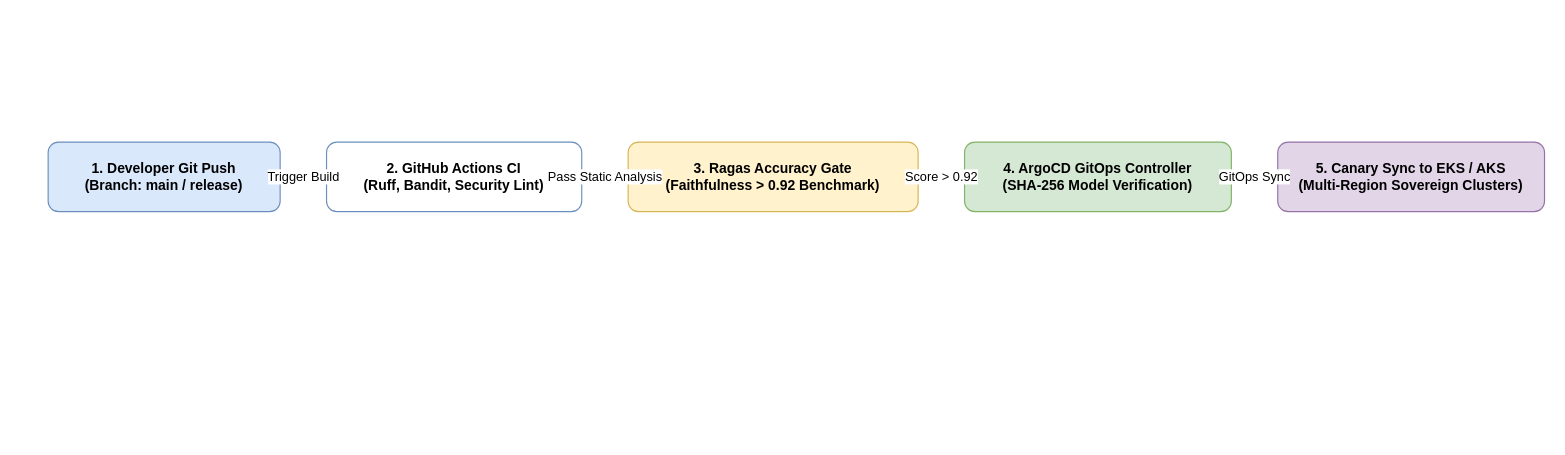
Earlier version of the draw.io diagram page "5. MLOps CI/CD Pipeline View" (5 of 10) of designs/multi-region-banking-ai-platform/multi_region_banking_ai.drawio (ersansingh/ai-solution-architecture). Source tidied: cells renumbered, new cells numbered last; positions are measured from the earlier drawing's top-left corner, leaving out a move shared by most shapes. Both pictures are drawn from the tidied source at 116%, with x=0, y=0 at pixel (48, 142).
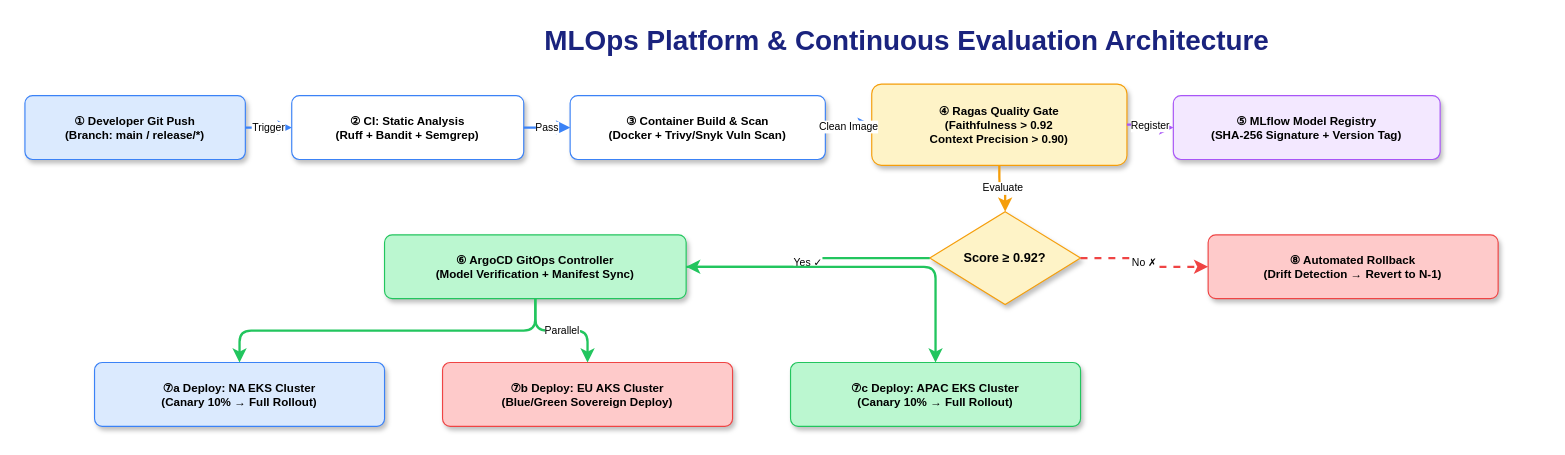
The same page after the edit.

Diff of the diagram source:
```diff
@@
-    <mxCell id="2" value="1. Developer Git Push&#10;(Branch: main / release)" style="rounded=1;whiteSpace=wrap;html=1;fillColor=#dae8fc;strokeColor=#6c8ebf;fontStyle=1;" parent="1" vertex="1">
-      <mxGeometry width="200" height="60" as="geometry" />
-    </mxCell>
-    <mxCell id="3" value="2. GitHub Actions CI&#10;(Ruff, Bandit, Security Lint)" style="rounded=1;whiteSpace=wrap;html=1;fillColor=#ffffff;strokeColor=#6c8ebf;fontStyle=1;" parent="1" vertex="1">
-      <mxGeometry x="240" width="220" height="60" as="geometry" />
-    </mxCell>
-    <mxCell id="4" value="3. Ragas Accuracy Gate&#10;(Faithfulness &gt; 0.92 Benchmark)" style="rounded=1;whiteSpace=wrap;html=1;fillColor=#fff2cc;strokeColor=#d6b656;fontStyle=1;" parent="1" vertex="1">
-      <mxGeometry x="500" width="250" height="60" as="geometry" />
-    </mxCell>
-    <mxCell id="5" value="4. ArgoCD GitOps Controller&#10;(SHA-256 Model Verification)" style="rounded=1;whiteSpace=wrap;html=1;fillColor=#d5e8d4;strokeColor=#82b366;fontStyle=1;" parent="1" vertex="1">
-      <mxGeometry x="790" width="230" height="60" as="geometry" />
-    </mxCell>
-    <mxCell id="6" value="5. Canary Sync to EKS / AKS&#10;(Multi-Region Sovereign Clusters)" style="rounded=1;whiteSpace=wrap;html=1;fillColor=#e1d5e7;strokeColor=#9673a6;fontStyle=1;" parent="1" vertex="1">
-      <mxGeometry x="1060" width="230" height="60" as="geometry" />
-    </mxCell>
-    <mxCell id="7" value="Trigger Build" style="edgeStyle=orthogonalEdgeStyle;rounded=1;orthoLoop=1;jettySize=auto;html=1;strokeColor=#6c8ebf;strokeWidth=2;" parent="1" edge="1" source="2" target="3">
-      <mxGeometry relative="1" as="geometry" />
-    </mxCell>
-    <mxCell id="8" value="Pass Static Analysis" style="edgeStyle=orthogonalEdgeStyle;rounded=1;orthoLoop=1;jettySize=auto;html=1;strokeColor=#6c8ebf;strokeWidth=2;" parent="1" edge="1" source="3" target="4">
-      <mxGeometry relative="1" as="geometry" />
-    </mxCell>
-    <mxCell id="9" value="Score &gt; 0.92" style="edgeStyle=orthogonalEdgeStyle;rounded=1;orthoLoop=1;jettySize=auto;html=1;strokeColor=#d6b656;strokeWidth=2;" parent="1" edge="1" source="4" target="5">
-      <mxGeometry relative="1" as="geometry" />
-    </mxCell>
-    <mxCell id="10" value="GitOps Sync" style="edgeStyle=orthogonalEdgeStyle;rounded=1;orthoLoop=1;jettySize=auto;html=1;strokeColor=#82b366;strokeWidth=2;" parent="1" edge="1" source="5" target="6">
-      <mxGeometry relative="1" as="geometry" />
-    </mxCell>
+    <mxCell id="11" value="MLOps Platform &amp; Continuous Evaluation Architecture" style="text;html=1;fontSize=24;fontStyle=1;align=center;verticalAlign=middle;fillColor=none;strokeColor=none;fontColor=#1a237e;" parent="1" vertex="1">
+      <mxGeometry x="190" y="-105" width="1100" height="35" as="geometry" />
+    </mxCell>
+    <mxCell id="12" value="① Developer Git Push&#10;(Branch: main / release/*)" style="rounded=1;whiteSpace=wrap;html=1;fillColor=#dbeafe;strokeColor=#3b82f6;fontStyle=1;fontSize=10;shadow=1;arcSize=12;" parent="1" vertex="1">
+      <mxGeometry x="-20" y="-40" width="190" height="55" as="geometry" />
+    </mxCell>
+    <mxCell id="13" value="② CI: Static Analysis&#10;(Ruff + Bandit + Semgrep)" style="rounded=1;whiteSpace=wrap;html=1;fillColor=#ffffff;strokeColor=#3b82f6;fontStyle=1;fontSize=10;shadow=1;arcSize=12;" parent="1" vertex="1">
+      <mxGeometry x="210" y="-40" width="200" height="55" as="geometry" />
+    </mxCell>
+    <mxCell id="14" value="③ Container Build &amp; Scan&#10;(Docker + Trivy/Snyk Vuln Scan)" style="rounded=1;whiteSpace=wrap;html=1;fillColor=#ffffff;strokeColor=#3b82f6;fontStyle=1;fontSize=10;shadow=1;arcSize=12;" parent="1" vertex="1">
+      <mxGeometry x="450" y="-40" width="220" height="55" as="geometry" />
+    </mxCell>
+    <mxCell id="15" value="④ Ragas Quality Gate&#10;(Faithfulness &gt; 0.92&#10;Context Precision &gt; 0.90)" style="rounded=1;whiteSpace=wrap;html=1;fillColor=#fef3c7;strokeColor=#f59e0b;fontStyle=1;fontSize=10;shadow=1;arcSize=12;" parent="1" vertex="1">
+      <mxGeometry x="710" y="-50" width="220" height="70" as="geometry" />
+    </mxCell>
+    <mxCell id="16" value="⑤ MLflow Model Registry&#10;(SHA-256 Signature + Version Tag)" style="rounded=1;whiteSpace=wrap;html=1;fillColor=#f3e8ff;strokeColor=#a855f7;fontStyle=1;fontSize=10;shadow=1;arcSize=12;" parent="1" vertex="1">
+      <mxGeometry x="970" y="-40" width="230" height="55" as="geometry" />
+    </mxCell>
+    <mxCell id="17" value="Score ≥ 0.92?" style="rhombus;whiteSpace=wrap;html=1;fillColor=#fef3c7;strokeColor=#f59e0b;fontStyle=1;fontSize=11;shadow=1;" parent="1" vertex="1">
+      <mxGeometry x="760" y="60" width="130" height="80" as="geometry" />
+    </mxCell>
+    <mxCell id="18" value="⑥ ArgoCD GitOps Controller&#10;(Model Verification + Manifest Sync)" style="rounded=1;whiteSpace=wrap;html=1;fillColor=#bbf7d0;strokeColor=#22c55e;fontStyle=1;fontSize=10;shadow=1;arcSize=12;" parent="1" vertex="1">
+      <mxGeometry x="290" y="80" width="260" height="55" as="geometry" />
+    </mxCell>
+    <mxCell id="19" value="⑦a Deploy: NA EKS Cluster&#10;(Canary 10% → Full Rollout)" style="rounded=1;whiteSpace=wrap;html=1;fillColor=#dbeafe;strokeColor=#3b82f6;fontStyle=1;fontSize=10;shadow=1;arcSize=12;" parent="1" vertex="1">
+      <mxGeometry x="40" y="190" width="250" height="55" as="geometry" />
+    </mxCell>
+    <mxCell id="20" value="⑦b Deploy: EU AKS Cluster&#10;(Blue/Green Sovereign Deploy)" style="rounded=1;whiteSpace=wrap;html=1;fillColor=#fecaca;strokeColor=#ef4444;fontStyle=1;fontSize=10;shadow=1;arcSize=12;" parent="1" vertex="1">
+      <mxGeometry x="340" y="190" width="250" height="55" as="geometry" />
+    </mxCell>
+    <mxCell id="21" value="⑦c Deploy: APAC EKS Cluster&#10;(Canary 10% → Full Rollout)" style="rounded=1;whiteSpace=wrap;html=1;fillColor=#bbf7d0;strokeColor=#22c55e;fontStyle=1;fontSize=10;shadow=1;arcSize=12;" parent="1" vertex="1">
+      <mxGeometry x="640" y="190" width="250" height="55" as="geometry" />
+    </mxCell>
+    <mxCell id="22" value="⑧ Automated Rollback&#10;(Drift Detection → Revert to N-1)" style="rounded=1;whiteSpace=wrap;html=1;fillColor=#fecaca;strokeColor=#ef4444;fontStyle=1;fontSize=10;shadow=1;arcSize=12;" parent="1" vertex="1">
+      <mxGeometry x="1000" y="80" width="250" height="55" as="geometry" />
+    </mxCell>
+    <mxCell id="23" value="Trigger" style="edgeStyle=orthogonalEdgeStyle;rounded=1;html=1;strokeColor=#3b82f6;strokeWidth=2;fontSize=9;" parent="1" edge="1" source="12" target="13">
+      <mxGeometry relative="1" as="geometry" />
+    </mxCell>
+    <mxCell id="24" value="Pass" style="edgeStyle=orthogonalEdgeStyle;rounded=1;html=1;strokeColor=#3b82f6;strokeWidth=2;fontSize=9;" parent="1" edge="1" source="13" target="14">
+      <mxGeometry relative="1" as="geometry" />
+    </mxCell>
+    <mxCell id="25" value="Clean Image" style="edgeStyle=orthogonalEdgeStyle;rounded=1;html=1;strokeColor=#3b82f6;strokeWidth=2;fontSize=9;" parent="1" edge="1" source="14" target="15">
+      <mxGeometry relative="1" as="geometry" />
+    </mxCell>
+    <mxCell id="26" value="Evaluate" style="edgeStyle=orthogonalEdgeStyle;rounded=1;html=1;strokeColor=#f59e0b;strokeWidth=2;fontSize=9;" parent="1" edge="1" source="15" target="17">
+      <mxGeometry relative="1" as="geometry" />
+    </mxCell>
+    <mxCell id="27" value="Yes ✓" style="edgeStyle=orthogonalEdgeStyle;rounded=1;html=1;strokeColor=#22c55e;strokeWidth=2;fontSize=9;" parent="1" edge="1" source="17" target="18">
+      <mxGeometry relative="1" as="geometry" />
+    </mxCell>
+    <mxCell id="28" value="No ✗" style="edgeStyle=orthogonalEdgeStyle;rounded=1;html=1;strokeColor=#ef4444;strokeWidth=2;fontSize=9;dashed=1;" parent="1" edge="1" source="17" target="22">
+      <mxGeometry relative="1" as="geometry" />
+    </mxCell>
+    <mxCell id="29" style="edgeStyle=orthogonalEdgeStyle;rounded=1;html=1;strokeColor=#22c55e;strokeWidth=2;" parent="1" edge="1" source="18" target="19">
+      <mxGeometry relative="1" as="geometry" />
+    </mxCell>
+    <mxCell id="30" value="Parallel" style="edgeStyle=orthogonalEdgeStyle;rounded=1;html=1;strokeColor=#22c55e;strokeWidth=2;fontSize=9;" parent="1" edge="1" source="18" target="20">
+      <mxGeometry relative="1" as="geometry" />
+    </mxCell>
+    <mxCell id="31" style="edgeStyle=orthogonalEdgeStyle;rounded=1;html=1;strokeColor=#22c55e;strokeWidth=2;" parent="1" edge="1" source="18" target="21">
+      <mxGeometry relative="1" as="geometry" />
+    </mxCell>
+    <mxCell id="32" value="Register" style="edgeStyle=orthogonalEdgeStyle;rounded=1;html=1;strokeColor=#a855f7;strokeWidth=2;fontSize=9;" parent="1" edge="1" source="15" target="16">
+      <mxGeometry relative="1" as="geometry" />
+    </mxCell>
```
